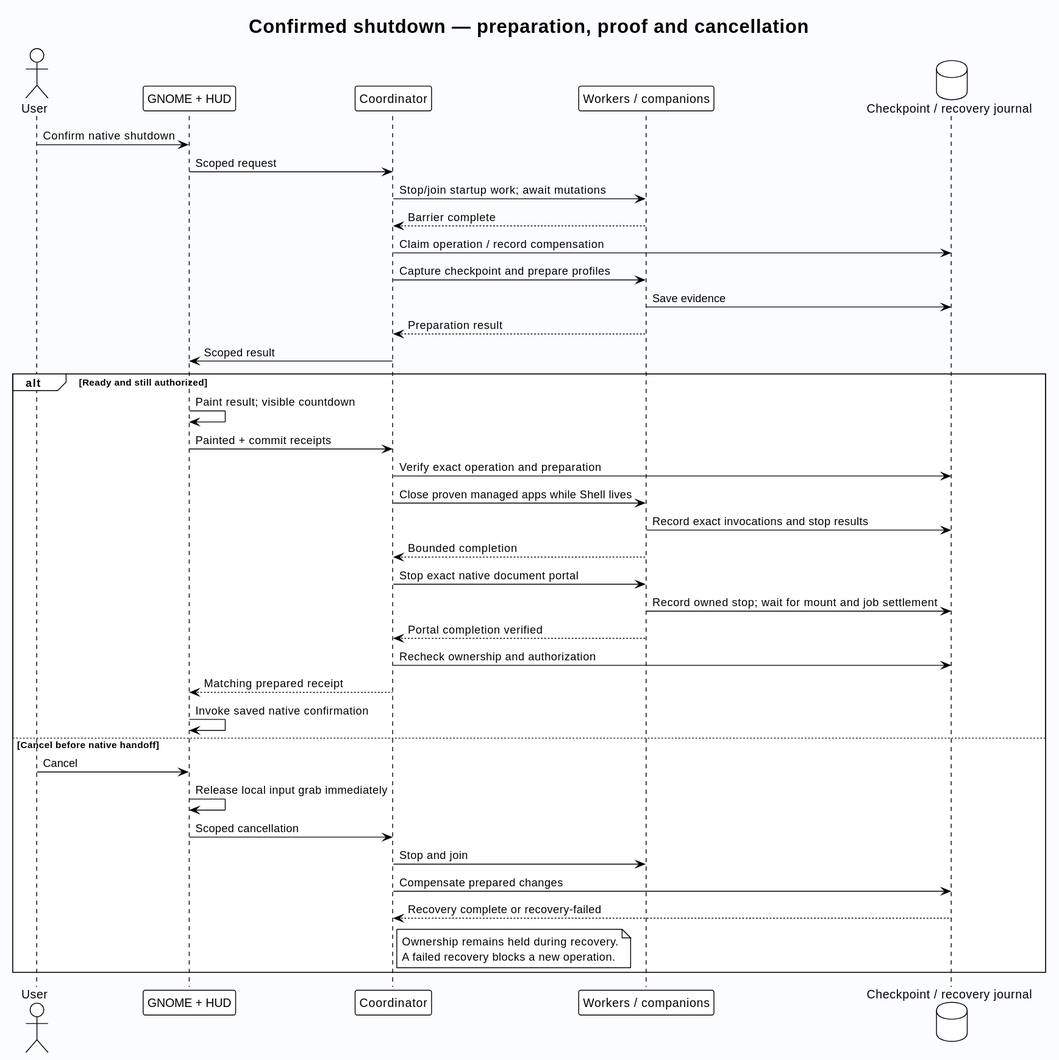
The PlantUML diagram docs/shutdown-flow.svg in Sage-Cat/workspace-state, before a commit. Its source is kept beside it as docs/shutdown-flow.puml.
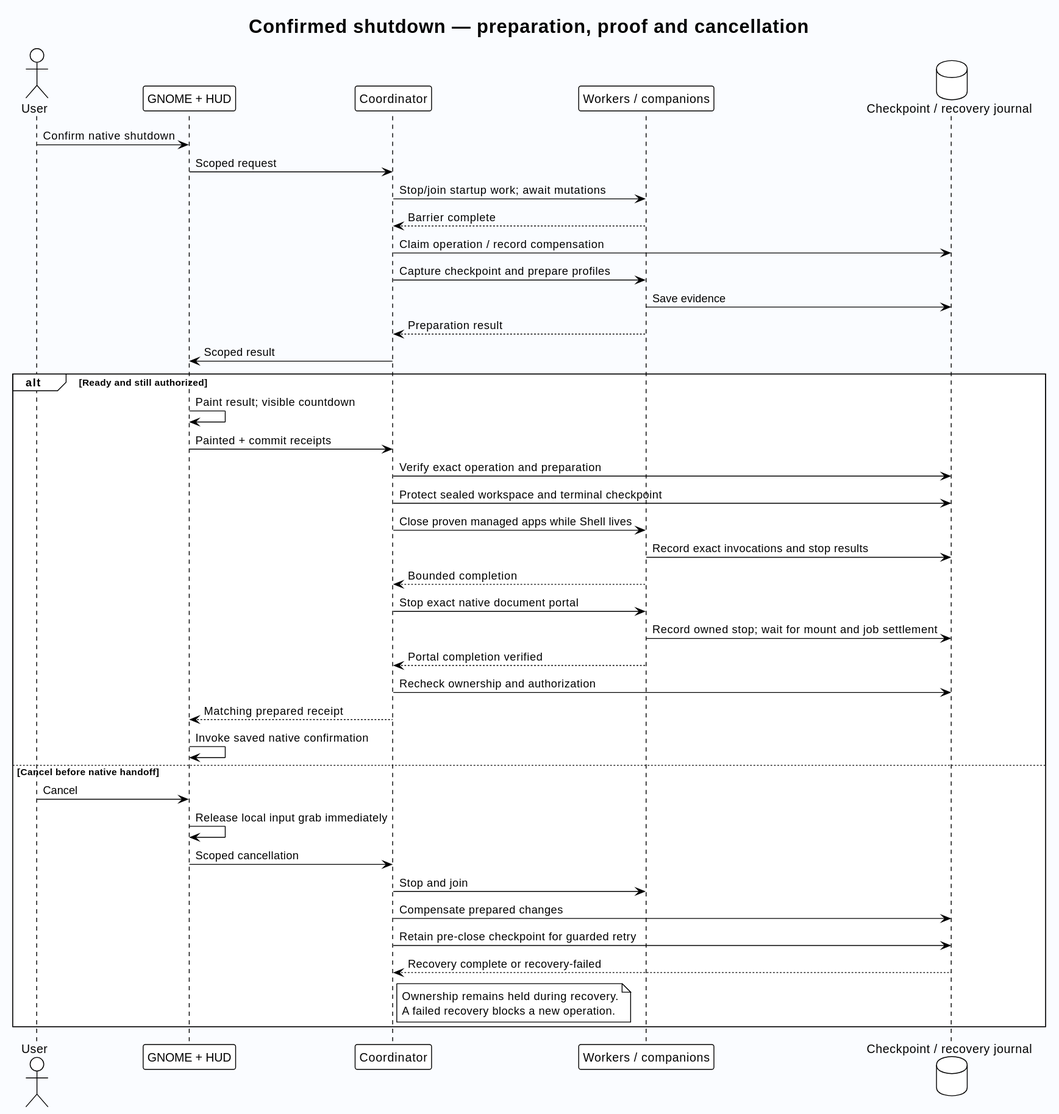
After the change.

What changed in the source:
```diff
@@ -22,6 +22,7 @@
  HUD -> HUD : Paint result; visible countdown
  HUD -> Coordinator : Painted + commit receipts
  Coordinator -> Journal : Verify exact operation and preparation
+ Coordinator -> Journal : Protect sealed workspace and terminal checkpoint
  Coordinator -> Workers : Close proven managed apps while Shell lives
  Workers -> Journal : Record exact invocations and stop results
  Workers --> Coordinator : Bounded completion
@@ -37,6 +38,7 @@
  HUD -> Coordinator : Scoped cancellation
  Coordinator -> Workers : Stop and join
  Coordinator -> Journal : Compensate prepared changes
+ Coordinator -> Journal : Retain pre-close checkpoint for guarded retry
  Journal --> Coordinator : Recovery complete or recovery-failed
  note right of Coordinator
  Ownership remains held during recovery.
```
